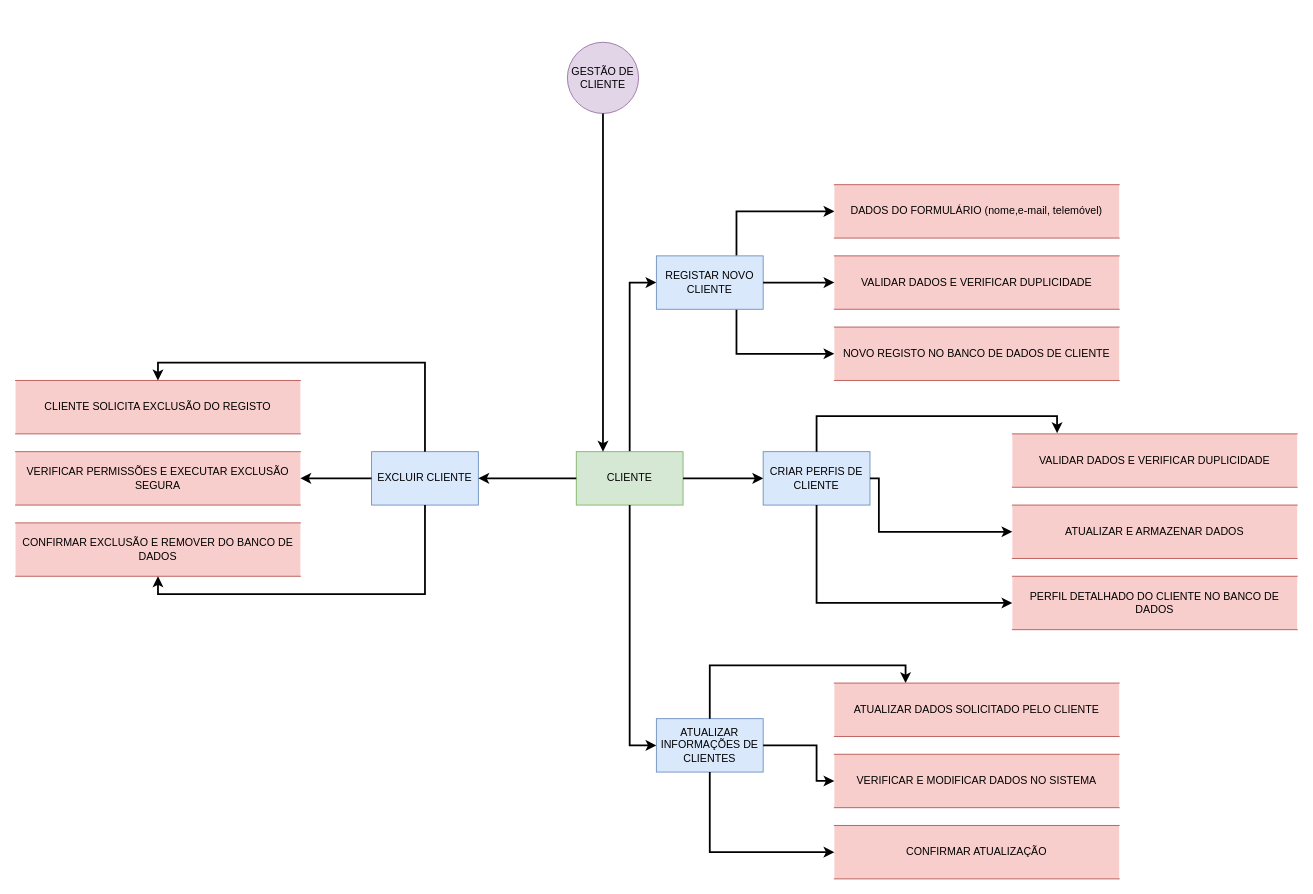
This is diagramanivelinferior.drawio from nhertzel/Diagramas, a draw.io file, before an edit. Source tidied: cells renumbered, new cells numbered last; positions are measured from the earlier drawing's top-left corner, leaving out a move shared by most shapes. Both pictures are drawn from the tidied source at 89%, with x=0, y=0 at pixel (15, 42).
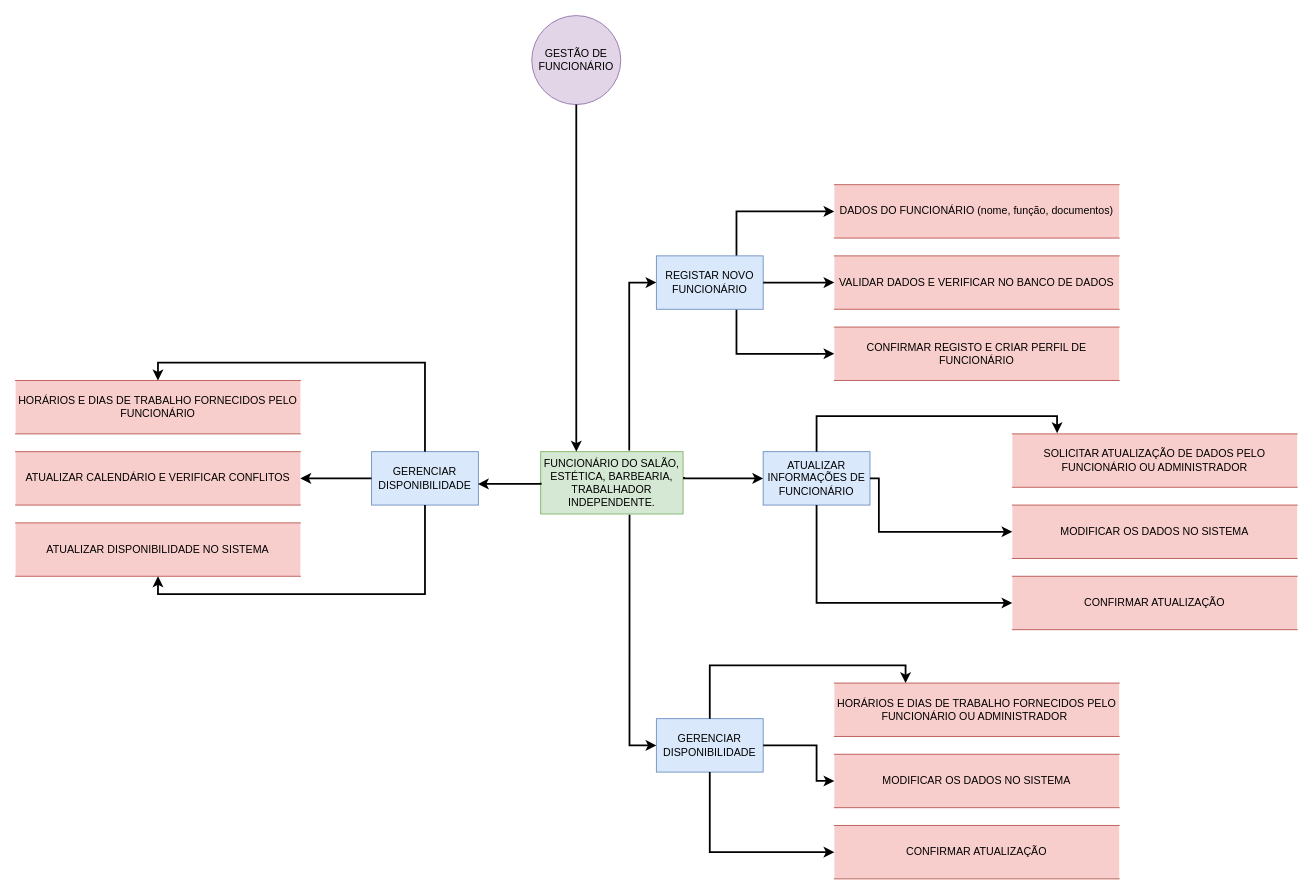
The same page after the edit.

Diff of the diagram source:
```diff
@@
-    <mxCell id="2" value="ATUALIZAR INFORMAÇÕES DE CLIENTES" style="rounded=0;whiteSpace=wrap;html=1;fillColor=#dae8fc;strokeColor=#6c8ebf;" parent="1" vertex="1">
+    <mxCell id="2" value="GERENCIAR DISPONIBILIDADE" style="rounded=0;whiteSpace=wrap;html=1;fillColor=#dae8fc;strokeColor=#6c8ebf;" parent="1" vertex="1">
       <mxGeometry x="720" y="760" width="120" height="60" as="geometry" />
     </mxCell>
-    <mxCell id="3" value="CRIAR PERFIS DE CLIENTE" style="rounded=0;whiteSpace=wrap;html=1;fillColor=#dae8fc;strokeColor=#6c8ebf;" parent="1" vertex="1">
+    <mxCell id="3" value="ATUALIZAR INFORMAÇÕES DE FUNCIONÁRIO" style="rounded=0;whiteSpace=wrap;html=1;fillColor=#dae8fc;strokeColor=#6c8ebf;" parent="1" vertex="1">
       <mxGeometry x="840" y="460" width="120" height="60" as="geometry" />
     </mxCell>
@@
-    <mxCell id="6" value="EXCLUIR CLIENTE" style="rounded=0;whiteSpace=wrap;html=1;fillColor=#dae8fc;strokeColor=#6c8ebf;" parent="1" vertex="1">
+    <mxCell id="6" value="GERENCIAR DISPONIBILIDADE" style="rounded=0;whiteSpace=wrap;html=1;fillColor=#dae8fc;strokeColor=#6c8ebf;" parent="1" vertex="1">
       <mxGeometry x="400" y="460" width="120" height="60" as="geometry" />
     </mxCell>
-    <mxCell id="7" style="edgeStyle=orthogonalEdgeStyle;rounded=0;jettySize=auto;html=1;strokeWidth=2;exitX=0.5;exitY=0;exitDx=0;exitDy=0;entryX=0;entryY=0.5;entryDx=0;entryDy=0;" parent="1" edge="1" source="13" target="15">
+    <mxCell id="7" style="edgeStyle=orthogonalEdgeStyle;rounded=0;jettySize=auto;html=1;strokeWidth=2;exitX=0.622;exitY=-0.018;exitDx=0;exitDy=0;entryX=0;entryY=0.5;entryDx=0;entryDy=0;exitPerimeter=0;" parent="1" edge="1" source="13" target="15">
       <mxGeometry relative="1" as="geometry">
         <Array as="points">
           <mxPoint x="690" y="270" />
         </Array>
       </mxGeometry>
     </mxCell>
-    <mxCell id="8" value="DADOS DO FORMULÁRIO (nome,e-mail, telemóvel)" style="shape=partialRectangle;whiteSpace=wrap;html=1;left=0;right=0;fillColor=#f8cecc;strokeColor=#b85450;" parent="1" vertex="1">
+    <mxCell id="8" value="DADOS DO FUNCIONÁRIO (nome, função, documentos)" style="shape=partialRectangle;whiteSpace=wrap;html=1;left=0;right=0;fillColor=#f8cecc;strokeColor=#b85450;" parent="1" vertex="1">
       <mxGeometry x="920" y="160" width="320" height="60" as="geometry" />
     </mxCell>
-    <mxCell id="9" value="VALIDAR DADOS E VERIFICAR DUPLICIDADE" style="shape=partialRectangle;whiteSpace=wrap;html=1;left=0;right=0;fillColor=#f8cecc;strokeColor=#b85450;" parent="1" vertex="1">
+    <mxCell id="9" value="VALIDAR DADOS E VERIFICAR NO BANCO DE DADOS" style="shape=partialRectangle;whiteSpace=wrap;html=1;left=0;right=0;fillColor=#f8cecc;strokeColor=#b85450;" parent="1" vertex="1">
       <mxGeometry x="920" y="240" width="320" height="60" as="geometry" />
     </mxCell>
-    <mxCell id="10" value="NOVO REGISTO NO BANCO DE DADOS DE CLIENTE" style="shape=partialRectangle;whiteSpace=wrap;html=1;left=0;right=0;fillColor=#f8cecc;strokeColor=#b85450;" parent="1" vertex="1">
+    <mxCell id="10" value="CONFIRMAR REGISTO E CRIAR PERFIL DE FUNCIONÁRIO" style="shape=partialRectangle;whiteSpace=wrap;html=1;left=0;right=0;fillColor=#f8cecc;strokeColor=#b85450;" parent="1" vertex="1">
       <mxGeometry x="920" y="320" width="320" height="60" as="geometry" />
     </mxCell>
-    <mxCell id="11" value="VALIDAR DADOS E VERIFICAR DUPLICIDADE" style="shape=partialRectangle;whiteSpace=wrap;html=1;left=0;right=0;fillColor=#f8cecc;strokeColor=#b85450;" parent="1" vertex="1">
+    <mxCell id="11" value="SOLICITAR ATUALIZAÇÃO DE DADOS PELO FUNCIONÁRIO OU ADMINISTRADOR" style="shape=partialRectangle;whiteSpace=wrap;html=1;left=0;right=0;fillColor=#f8cecc;strokeColor=#b85450;" parent="1" vertex="1">
       <mxGeometry x="1120" y="440" width="320" height="60" as="geometry" />
     </mxCell>
-    <mxCell id="12" value="GESTÃO DE CLIENTE" style="ellipse;whiteSpace=wrap;html=1;fillColor=#e1d5e7;strokeColor=#9673a6;" parent="1" vertex="1">
-      <mxGeometry x="620" width="80" height="80" as="geometry" />
+    <mxCell id="12" value="GESTÃO DE FUNCIONÁRIO" style="ellipse;whiteSpace=wrap;html=1;fillColor=#e1d5e7;strokeColor=#9673a6;" parent="1" vertex="1">
+      <mxGeometry x="580" y="-30" width="100" height="100" as="geometry" />
     </mxCell>
-    <mxCell id="13" value="CLIENTE" style="rounded=0;whiteSpace=wrap;html=1;fillColor=#d5e8d4;strokeColor=#82b366;" parent="1" vertex="1">
-      <mxGeometry x="630" y="460" width="120" height="60" as="geometry" />
+    <mxCell id="13" value="FUNCIONÁRIO DO SALÃO, ESTÉTICA, BARBEARIA, TRABALHADOR INDEPENDENTE." style="rounded=0;whiteSpace=wrap;html=1;fillColor=#d5e8d4;strokeColor=#82b366;" parent="1" vertex="1">
+      <mxGeometry x="590" y="460" width="160" height="70" as="geometry" />
     </mxCell>
-    <mxCell id="14" style="edgeStyle=orthogonalEdgeStyle;rounded=0;jettySize=auto;html=1;strokeWidth=2;exitX=0.5;exitY=1;exitDx=0;exitDy=0;entryX=0.25;entryY=0;entryDx=0;entryDy=0;" parent="1" edge="1" source="12" target="13">
+    <mxCell id="14" style="edgeStyle=orthogonalEdgeStyle;rounded=0;jettySize=auto;html=1;strokeWidth=2;entryX=0.25;entryY=0;entryDx=0;entryDy=0;exitX=0.5;exitY=1;exitDx=0;exitDy=0;" parent="1" edge="1" source="12" target="13">
       <mxGeometry relative="1" as="geometry" />
     </mxCell>
-    <mxCell id="15" value="REGISTAR NOVO CLIENTE" style="rounded=0;whiteSpace=wrap;html=1;fillColor=#dae8fc;strokeColor=#6c8ebf;" parent="1" vertex="1">
+    <mxCell id="15" value="REGISTAR NOVO FUNCIONÁRIO" style="rounded=0;whiteSpace=wrap;html=1;fillColor=#dae8fc;strokeColor=#6c8ebf;" parent="1" vertex="1">
       <mxGeometry x="720" y="240" width="120" height="60" as="geometry" />
     </mxCell>
-    <mxCell id="16" style="edgeStyle=orthogonalEdgeStyle;rounded=0;jettySize=auto;html=1;strokeWidth=2;exitX=1;exitY=0.5;exitDx=0;exitDy=0;entryX=0;entryY=0.5;entryDx=0;entryDy=0;" parent="1" edge="1" source="13" target="3">
+    <mxCell id="16" style="edgeStyle=orthogonalEdgeStyle;rounded=0;jettySize=auto;html=1;strokeWidth=2;entryX=0;entryY=0.5;entryDx=0;entryDy=0;exitX=1.007;exitY=0.408;exitDx=0;exitDy=0;exitPerimeter=0;" parent="1" edge="1" source="13" target="3">
       <mxGeometry relative="1" as="geometry">
         <Array as="points">
-          <mxPoint x="800" y="490" />
-          <mxPoint x="800" y="490" />
+          <mxPoint x="751" y="490" />
         </Array>
       </mxGeometry>
     </mxCell>
@@
-    <mxCell id="18" value="ATUALIZAR E ARMAZENAR DADOS" style="shape=partialRectangle;whiteSpace=wrap;html=1;left=0;right=0;fillColor=#f8cecc;strokeColor=#b85450;" parent="1" vertex="1">
+    <mxCell id="18" value="MODIFICAR OS DADOS NO SISTEMA" style="shape=partialRectangle;whiteSpace=wrap;html=1;left=0;right=0;fillColor=#f8cecc;strokeColor=#b85450;" parent="1" vertex="1">
       <mxGeometry x="1120" y="520" width="320" height="60" as="geometry" />
     </mxCell>
@@
-    <mxCell id="21" value="PERFIL DETALHADO DO CLIENTE NO BANCO DE DADOS" style="shape=partialRectangle;whiteSpace=wrap;html=1;left=0;right=0;fillColor=#f8cecc;strokeColor=#b85450;" parent="1" vertex="1">
+    <mxCell id="21" value="CONFIRMAR ATUALIZAÇÃO" style="shape=partialRectangle;whiteSpace=wrap;html=1;left=0;right=0;fillColor=#f8cecc;strokeColor=#b85450;" parent="1" vertex="1">
       <mxGeometry x="1120" y="600" width="320" height="60" as="geometry" />
     </mxCell>
-    <mxCell id="22" style="edgeStyle=orthogonalEdgeStyle;rounded=0;jettySize=auto;html=1;strokeWidth=2;exitX=0.5;exitY=1;exitDx=0;exitDy=0;entryX=0;entryY=0.5;entryDx=0;entryDy=0;" parent="1" edge="1" source="13" target="2">
+    <mxCell id="22" style="edgeStyle=orthogonalEdgeStyle;rounded=0;jettySize=auto;html=1;strokeWidth=2;entryX=0;entryY=0.5;entryDx=0;entryDy=0;exitX=0.624;exitY=1.014;exitDx=0;exitDy=0;exitPerimeter=0;" parent="1" edge="1" source="13" target="2">
       <mxGeometry relative="1" as="geometry">
         <Array as="points">
           <mxPoint x="690" y="790" />
         </Array>
       </mxGeometry>
     </mxCell>
@@
-    <mxCell id="24" value="ATUALIZAR DADOS SOLICITADO PELO CLIENTE" style="shape=partialRectangle;whiteSpace=wrap;html=1;left=0;right=0;fillColor=#f8cecc;strokeColor=#b85450;" parent="1" vertex="1">
+    <mxCell id="24" value="HORÁRIOS E DIAS DE TRABALHO FORNECIDOS PELO FUNCIONÁRIO OU ADMINISTRADOR&lt;span style=&quot;white-space: pre;&quot;&gt;&#9;&lt;/span&gt;" style="shape=partialRectangle;whiteSpace=wrap;html=1;left=0;right=0;fillColor=#f8cecc;strokeColor=#b85450;" parent="1" vertex="1">
       <mxGeometry x="920" y="720" width="320" height="60" as="geometry" />
     </mxCell>
-    <mxCell id="25" value="VERIFICAR E MODIFICAR DADOS NO SISTEMA" style="shape=partialRectangle;whiteSpace=wrap;html=1;left=0;right=0;fillColor=#f8cecc;strokeColor=#b85450;" parent="1" vertex="1">
+    <mxCell id="25" value="MODIFICAR OS DADOS NO SISTEMA" style="shape=partialRectangle;whiteSpace=wrap;html=1;left=0;right=0;fillColor=#f8cecc;strokeColor=#b85450;" parent="1" vertex="1">
       <mxGeometry x="920" y="800" width="320" height="60" as="geometry" />
     </mxCell>
@@
-    <mxCell id="29" style="edgeStyle=orthogonalEdgeStyle;rounded=0;jettySize=auto;html=1;strokeWidth=2;exitX=0;exitY=0.5;exitDx=0;exitDy=0;entryX=1;entryY=0.5;entryDx=0;entryDy=0;" parent="1" edge="1" source="13" target="6">
-      <mxGeometry relative="1" as="geometry">
-        <Array as="points">
-          <mxPoint x="580" y="490" />
-          <mxPoint x="580" y="490" />
-        </Array>
-      </mxGeometry>
-    </mxCell>
-    <mxCell id="30" value="CLIENTE SOLICITA EXCLUSÃO DO REGISTO" style="shape=partialRectangle;whiteSpace=wrap;html=1;left=0;right=0;fillColor=#f8cecc;strokeColor=#b85450;" parent="1" vertex="1">
+    <mxCell id="30" value="HORÁRIOS E DIAS DE TRABALHO FORNECIDOS PELO FUNCIONÁRIO" style="shape=partialRectangle;whiteSpace=wrap;html=1;left=0;right=0;fillColor=#f8cecc;strokeColor=#b85450;" parent="1" vertex="1">
       <mxGeometry y="380" width="320" height="60" as="geometry" />
     </mxCell>
-    <mxCell id="31" value="VERIFICAR PERMISSÕES E EXECUTAR EXCLUSÃO SEGURA" style="shape=partialRectangle;whiteSpace=wrap;html=1;left=0;right=0;fillColor=#f8cecc;strokeColor=#b85450;" parent="1" vertex="1">
+    <mxCell id="31" value="ATUALIZAR CALENDÁRIO E VERIFICAR CONFLITOS" style="shape=partialRectangle;whiteSpace=wrap;html=1;left=0;right=0;fillColor=#f8cecc;strokeColor=#b85450;" parent="1" vertex="1">
       <mxGeometry y="460" width="320" height="60" as="geometry" />
     </mxCell>
-    <mxCell id="32" value="CONFIRMAR EXCLUSÃO E REMOVER DO BANCO DE DADOS" style="shape=partialRectangle;whiteSpace=wrap;html=1;left=0;right=0;fillColor=#f8cecc;strokeColor=#b85450;" parent="1" vertex="1">
+    <mxCell id="32" value="ATUALIZAR DISPONIBILIDADE NO SISTEMA" style="shape=partialRectangle;whiteSpace=wrap;html=1;left=0;right=0;fillColor=#f8cecc;strokeColor=#b85450;" parent="1" vertex="1">
       <mxGeometry y="540" width="320" height="60" as="geometry" />
     </mxCell>
@@
+    <mxCell id="29" style="edgeStyle=orthogonalEdgeStyle;rounded=0;jettySize=auto;html=1;strokeWidth=2;entryX=0.996;entryY=0.604;entryDx=0;entryDy=0;entryPerimeter=0;exitX=0;exitY=0.5;exitDx=0;exitDy=0;" parent="1" edge="1" source="13" target="6">
+      <mxGeometry relative="1" as="geometry">
+        <Array as="points">
+          <mxPoint x="590" y="496" />
+        </Array>
+      </mxGeometry>
+    </mxCell>
```
